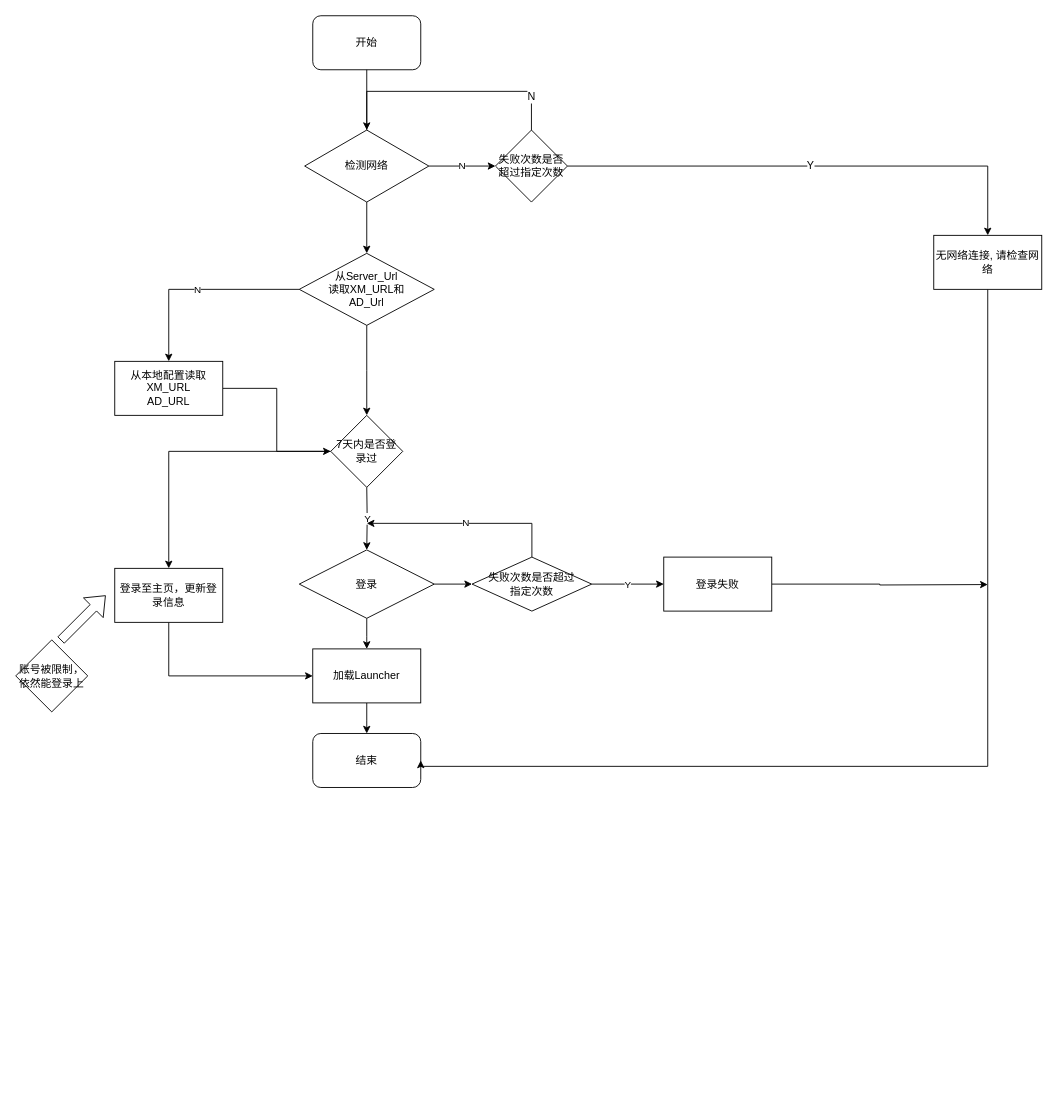
honghonglhh2018/ThinkingFlowChart keeps this draw.io diagram as XMediaTv_New_Login.drawio. Above is the earlier version. Source tidied: cells renumbered, new cells numbered last; positions are measured from the earlier drawing's top-left corner, leaving out a move shared by most shapes. Both pictures are drawn from the tidied source at 90%, with x=0, y=0 at pixel (15, 15).
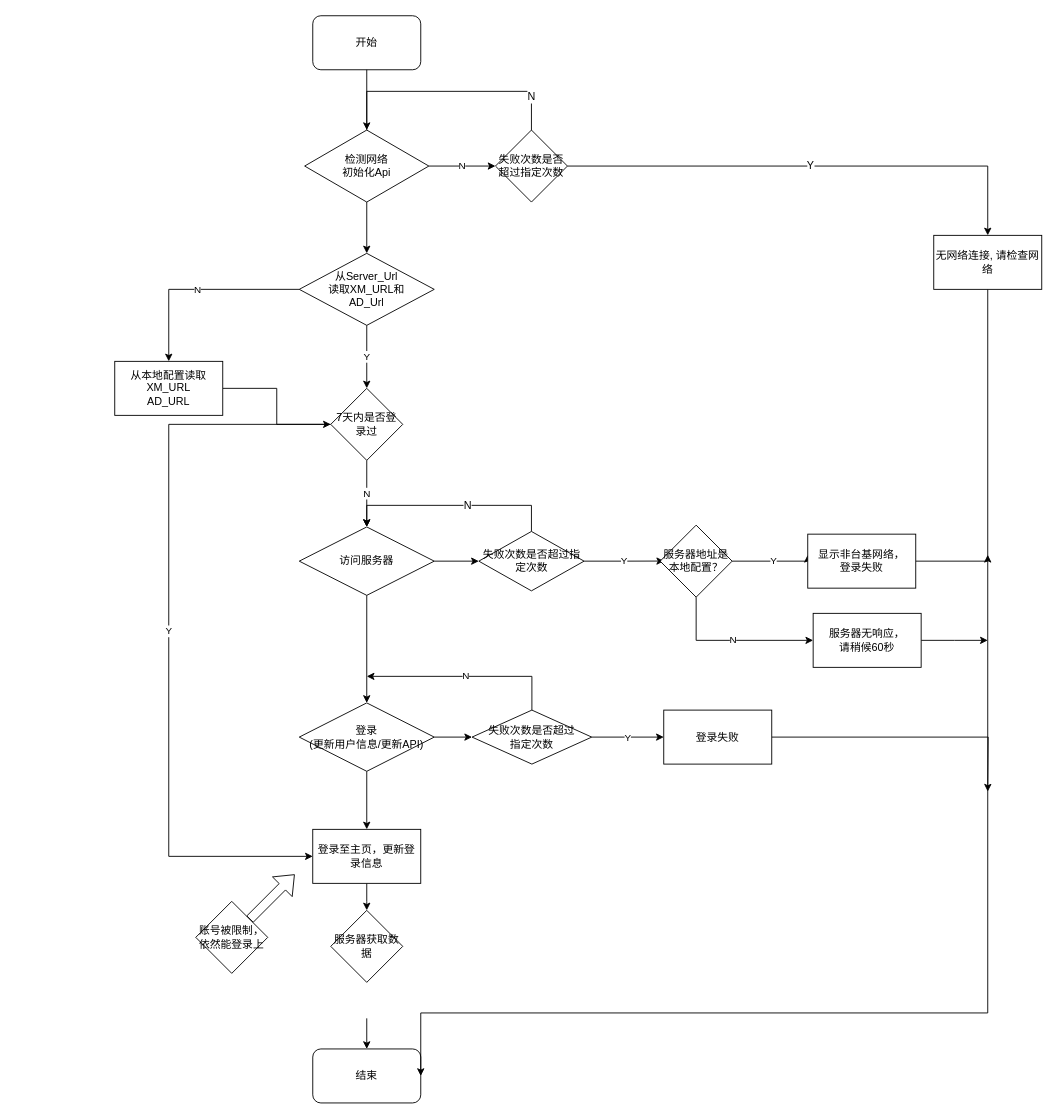
The same diagram, later.

Unchanged cells that the change refers to:
```xml
<mxCell id="13" value="从Server_Url&lt;br&gt;读取XM_URL和&lt;br&gt;AD_Url" style="rhombus;whiteSpace=wrap;html=1;" parent="1" vertex="1">
  <mxGeometry x="315" y="264" width="150" height="80" as="geometry" />
</mxCell>
<mxCell id="28" value="无网络连接, 请检查网络" style="rounded=0;whiteSpace=wrap;html=1;" parent="1" vertex="1">
  <mxGeometry x="1020" y="244" width="120" height="60" as="geometry" />
</mxCell>
```

Diff of the diagram source:
```diff
@@
-    <mxCell id="5" value="&lt;span style=&quot;white-space: normal&quot;&gt;检测网络&lt;/span&gt;" style="rhombus;whiteSpace=wrap;html=1;direction=east;" parent="1" vertex="1">
+    <mxCell id="5" value="&lt;span style=&quot;white-space: normal&quot;&gt;检测网络&lt;br&gt;初始化Api&lt;br&gt;&lt;/span&gt;" style="rhombus;whiteSpace=wrap;html=1;direction=east;" parent="1" vertex="1">
       <mxGeometry x="321" y="127" width="138" height="80" as="geometry" />
     </mxCell>
@@
-    <mxCell id="12" style="edgeStyle=orthogonalEdgeStyle;rounded=0;jettySize=auto;html=1;" parent="1" edge="1" source="13">
-      <mxGeometry relative="1" as="geometry">
-        <mxPoint x="390" y="444" as="targetPoint" />
-      </mxGeometry>
-    </mxCell>
+    <mxCell id="37" value="Y" style="edgeStyle=orthogonalEdgeStyle;rounded=0;jettySize=auto;html=1;entryX=0.5;entryY=0;entryDx=0;entryDy=0;" parent="1" edge="1" source="13" target="32">
+      <mxGeometry relative="1" as="geometry" />
+    </mxCell>
@@
-    <mxCell id="14" value="Y" style="edgeStyle=orthogonalEdgeStyle;rounded=0;jettySize=auto;html=1;" parent="1" edge="1" target="17">
-      <mxGeometry relative="1" as="geometry">
-        <mxPoint x="390" y="524" as="sourcePoint" />
-      </mxGeometry>
-    </mxCell>
@@
-    <mxCell id="16" style="edgeStyle=orthogonalEdgeStyle;rounded=0;jettySize=auto;html=1;" parent="1" edge="1" source="17">
-      <mxGeometry relative="1" as="geometry">
-        <mxPoint x="390" y="703.5" as="targetPoint" />
-      </mxGeometry>
-    </mxCell>
+    <mxCell id="38" style="edgeStyle=orthogonalEdgeStyle;rounded=0;jettySize=auto;html=1;" parent="1" edge="1" source="17" target="34">
+      <mxGeometry relative="1" as="geometry" />
+    </mxCell>
-    <mxCell id="17" value="登录" style="rhombus;whiteSpace=wrap;html=1;" parent="1" vertex="1">
-      <mxGeometry x="315" y="593.5" width="150" height="76" as="geometry" />
+    <mxCell id="17" value="登录&lt;br&gt;(更新用户信息/更新API)" style="rhombus;whiteSpace=wrap;html=1;" parent="1" vertex="1">
+      <mxGeometry x="315" y="763.5" width="150" height="76" as="geometry" />
     </mxCell>
     <mxCell id="18" value="N" style="edgeStyle=orthogonalEdgeStyle;rounded=0;jettySize=auto;html=1;" parent="1" edge="1" source="20">
       <mxGeometry relative="1" as="geometry">
-        <mxPoint x="390" y="564" as="targetPoint" />
+        <mxPoint x="390" y="734" as="targetPoint" />
         <Array as="points">
-          <mxPoint x="573" y="563.5" />
+          <mxPoint x="573" y="733.5" />
         </Array>
       </mxGeometry>
     </mxCell>
@@
     <mxCell id="20" value="失败次数是否超过&lt;br&gt;指定次数" style="rhombus;whiteSpace=wrap;html=1;" parent="1" vertex="1">
-      <mxGeometry x="507" y="601.5" width="133" height="60" as="geometry" />
+      <mxGeometry x="507" y="771.5" width="133" height="60" as="geometry" />
     </mxCell>
@@
-    <mxCell id="23" style="edgeStyle=orthogonalEdgeStyle;rounded=0;jettySize=auto;html=1;" parent="1" edge="1" source="24">
+    <mxCell id="23" style="edgeStyle=orthogonalEdgeStyle;rounded=0;orthogonalLoop=1;jettySize=auto;html=1;" parent="1" edge="1">
       <mxGeometry relative="1" as="geometry">
-        <mxPoint x="390" y="797.5" as="targetPoint" />
+        <mxPoint x="390" y="1114" as="sourcePoint" />
+        <mxPoint x="390" y="1148" as="targetPoint" />
       </mxGeometry>
     </mxCell>
-    <mxCell id="24" value="&lt;span style=&quot;white-space: normal&quot;&gt;加载Launcher&lt;/span&gt;" style="rounded=0;whiteSpace=wrap;html=1;" parent="1" vertex="1">
-      <mxGeometry x="330" y="703.5" width="120" height="60" as="geometry" />
-    </mxCell>
     <mxCell id="25" value="结束" style="rounded=1;whiteSpace=wrap;html=1;" parent="1" vertex="1">
-      <mxGeometry x="330" y="797.5" width="120" height="60" as="geometry" />
+      <mxGeometry x="330" y="1148" width="120" height="60" as="geometry" />
     </mxCell>
@@
     <mxCell id="27" style="edgeStyle=orthogonalEdgeStyle;rounded=0;jettySize=auto;html=1;entryX=1;entryY=0.5;entryDx=0;entryDy=0;" parent="1" edge="1" source="28" target="25">
       <mxGeometry relative="1" as="geometry">
         <Array as="points">
-          <mxPoint x="1080" y="834" />
-          <mxPoint x="450" y="834" />
+          <mxPoint x="1080" y="1108" />
         </Array>
       </mxGeometry>
     </mxCell>
@@
     <mxCell id="29" style="edgeStyle=orthogonalEdgeStyle;rounded=0;jettySize=auto;html=1;exitX=1;exitY=0.5;exitDx=0;exitDy=0;" parent="1" edge="1" source="30">
       <mxGeometry relative="1" as="geometry">
-        <mxPoint x="1080" y="632" as="targetPoint" />
+        <mxPoint x="1080" y="862" as="targetPoint" />
       </mxGeometry>
     </mxCell>
     <mxCell id="30" value="登录失败" style="rounded=0;whiteSpace=wrap;html=1;" parent="1" vertex="1">
-      <mxGeometry x="720" y="601.5" width="120" height="60" as="geometry" />
+      <mxGeometry x="720" y="771.5" width="120" height="60" as="geometry" />
     </mxCell>
-    <mxCell id="31" style="edgeStyle=orthogonalEdgeStyle;rounded=0;jettySize=auto;html=1;entryX=0.5;entryY=0;entryDx=0;entryDy=0;" parent="1" edge="1" source="32" target="34">
-      <mxGeometry relative="1" as="geometry" />
+    <mxCell id="31" value="Y" style="edgeStyle=orthogonalEdgeStyle;rounded=0;jettySize=auto;html=1;exitX=0;exitY=0.5;exitDx=0;exitDy=0;" parent="1" edge="1" source="32" target="34">
+      <mxGeometry relative="1" as="geometry">
+        <Array as="points">
+          <mxPoint x="170" y="454" />
+          <mxPoint x="170" y="934" />
+        </Array>
+      </mxGeometry>
     </mxCell>
+    <mxCell id="39" value="N" style="edgeStyle=orthogonalEdgeStyle;rounded=0;jettySize=auto;html=1;entryX=0.5;entryY=0;entryDx=0;entryDy=0;" parent="1" edge="1" source="32" target="43">
+      <mxGeometry relative="1" as="geometry">
+        <Array as="points">
+          <mxPoint x="390" y="568" />
+          <mxPoint x="390" y="568" />
+        </Array>
+      </mxGeometry>
+    </mxCell>
     <mxCell id="32" value="7天内是否登录过" style="rhombus;whiteSpace=wrap;html=1;" parent="1" vertex="1">
-      <mxGeometry x="350" y="444" width="80" height="80" as="geometry" />
+      <mxGeometry x="350" y="414" width="80" height="80" as="geometry" />
     </mxCell>
-    <mxCell id="33" style="edgeStyle=orthogonalEdgeStyle;rounded=0;jettySize=auto;html=1;entryX=0;entryY=0.5;entryDx=0;entryDy=0;" parent="1" edge="1" source="34" target="24">
-      <mxGeometry relative="1" as="geometry">
-        <Array as="points">
-          <mxPoint x="170" y="734" />
-        </Array>
-      </mxGeometry>
-    </mxCell>
+    <mxCell id="40" style="edgeStyle=orthogonalEdgeStyle;rounded=0;jettySize=auto;html=1;entryX=0.5;entryY=0;entryDx=0;entryDy=0;" parent="1" edge="1" source="34">
+      <mxGeometry relative="1" as="geometry">
+        <mxPoint x="390" y="994" as="targetPoint" />
+      </mxGeometry>
+    </mxCell>
     <mxCell id="34" value="登录至主页，更新登录信息" style="rounded=0;whiteSpace=wrap;html=1;" parent="1" vertex="1">
-      <mxGeometry x="110" y="614" width="120" height="60" as="geometry" />
+      <mxGeometry x="330" y="904" width="120" height="60" as="geometry" />
     </mxCell>
     <mxCell id="35" value="账号被限制，依然能登录上" style="rhombus;whiteSpace=wrap;html=1;" parent="1" vertex="1">
-      <mxGeometry y="693.5" width="80" height="80" as="geometry" />
+      <mxGeometry x="200" y="984" width="80" height="80" as="geometry" />
     </mxCell>
     <mxCell id="36" style="shape=flexArrow;endArrow=classic;html=1;" parent="1" edge="1">
       <mxGeometry relative="1" as="geometry">
-        <mxPoint x="50" y="694" as="sourcePoint" />
-        <mxPoint x="100" y="644" as="targetPoint" />
+        <mxPoint x="260" y="1004" as="sourcePoint" />
+        <mxPoint x="310" y="954" as="targetPoint" />
       </mxGeometry>
     </mxCell>
+    <mxCell id="41" style="edgeStyle=orthogonalEdgeStyle;rounded=0;jettySize=auto;html=1;" parent="1" edge="1" source="43" target="47">
+      <mxGeometry relative="1" as="geometry" />
+    </mxCell>
+    <mxCell id="42" style="edgeStyle=orthogonalEdgeStyle;rounded=0;jettySize=auto;html=1;" parent="1" edge="1" source="43" target="17">
+      <mxGeometry relative="1" as="geometry" />
+    </mxCell>
+    <mxCell id="43" value="访问服务器" style="rhombus;whiteSpace=wrap;html=1;" parent="1" vertex="1">
+      <mxGeometry x="315" y="568" width="150" height="76" as="geometry" />
+    </mxCell>
+    <mxCell id="44" value="Y" style="edgeStyle=orthogonalEdgeStyle;rounded=0;jettySize=auto;html=1;exitX=1;exitY=0.5;exitDx=0;exitDy=0;entryX=0;entryY=0.5;entryDx=0;entryDy=0;" parent="1" edge="1" source="47">
+      <mxGeometry relative="1" as="geometry">
+        <mxPoint x="720.4" y="605.9" as="targetPoint" />
+      </mxGeometry>
+    </mxCell>
+    <mxCell id="45" style="edgeStyle=orthogonalEdgeStyle;rounded=0;jettySize=auto;html=1;" parent="1" edge="1" source="47" target="43">
+      <mxGeometry relative="1" as="geometry">
+        <Array as="points">
+          <mxPoint x="573" y="544" />
+          <mxPoint x="390" y="544" />
+        </Array>
+      </mxGeometry>
+    </mxCell>
+    <mxCell id="46" value="N" style="text;html=1;align=center;verticalAlign=middle;labelBackgroundColor=#ffffff;" parent="45" vertex="1">
+      <mxGeometry x="-0.14" relative="1" as="geometry" />
+    </mxCell>
+    <mxCell id="47" value="失败次数是否超过指定次数" style="rhombus;whiteSpace=wrap;html=1;" parent="1" vertex="1">
+      <mxGeometry x="514.5" y="573" width="117" height="66" as="geometry" />
+    </mxCell>
+    <mxCell id="14" value="Y" style="edgeStyle=orthogonalEdgeStyle;rounded=0;jettySize=auto;html=1;" parent="1" edge="1" source="49">
+      <mxGeometry relative="1" as="geometry">
+        <mxPoint x="880" y="599" as="targetPoint" />
+        <Array as="points">
+          <mxPoint x="880" y="606" />
+        </Array>
+      </mxGeometry>
+    </mxCell>
+    <mxCell id="48" value="N" style="edgeStyle=orthogonalEdgeStyle;rounded=0;jettySize=auto;html=1;exitX=0.5;exitY=1;exitDx=0;exitDy=0;entryX=0;entryY=0.5;entryDx=0;entryDy=0;" parent="1" edge="1" source="49" target="53">
+      <mxGeometry relative="1" as="geometry" />
+    </mxCell>
+    <mxCell id="49" value="服务器地址是本地配置？" style="rhombus;whiteSpace=wrap;html=1;" parent="1" vertex="1">
+      <mxGeometry x="716" y="566" width="80" height="80" as="geometry" />
+    </mxCell>
+    <mxCell id="50" style="edgeStyle=orthogonalEdgeStyle;rounded=0;jettySize=auto;html=1;" parent="1" edge="1" source="51">
+      <mxGeometry relative="1" as="geometry">
+        <mxPoint x="1080" y="599" as="targetPoint" />
+        <Array as="points">
+          <mxPoint x="1080" y="606" />
+        </Array>
+      </mxGeometry>
+    </mxCell>
+    <mxCell id="51" value="显示非台基网络，&lt;br&gt;登录失败" style="rounded=0;whiteSpace=wrap;html=1;" parent="1" vertex="1">
+      <mxGeometry x="880" y="576" width="120" height="60" as="geometry" />
+    </mxCell>
+    <mxCell id="52" style="edgeStyle=orthogonalEdgeStyle;rounded=0;jettySize=auto;html=1;" parent="1" edge="1" source="53">
+      <mxGeometry relative="1" as="geometry">
+        <mxPoint x="1080" y="694" as="targetPoint" />
+      </mxGeometry>
+    </mxCell>
+    <mxCell id="53" value="服务器无响应，&lt;br&gt;请稍候60秒" style="rounded=0;whiteSpace=wrap;html=1;" parent="1" vertex="1">
+      <mxGeometry x="886" y="664" width="120" height="60" as="geometry" />
+    </mxCell>
+    <mxCell id="54" value="服务器获取数据" style="rhombus;whiteSpace=wrap;html=1;" parent="1" vertex="1">
+      <mxGeometry x="350" y="994" width="80" height="80" as="geometry" />
+    </mxCell>
```
